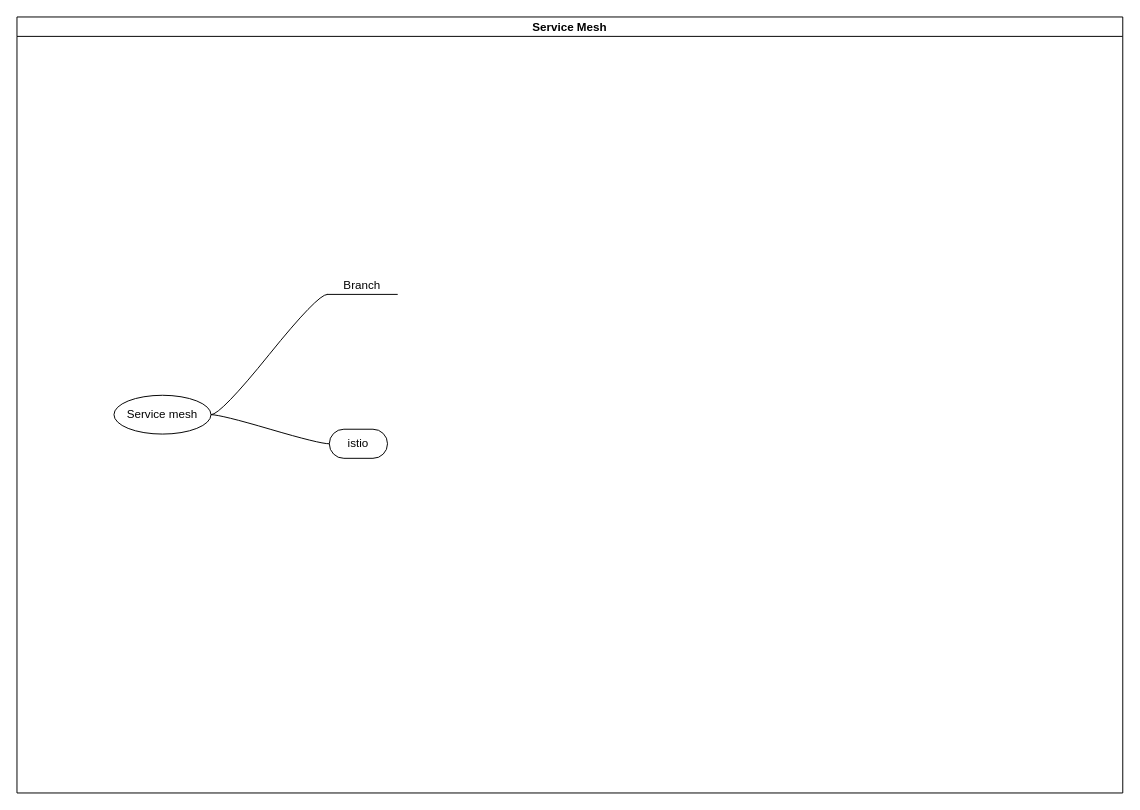
This is page "Service mesh" (4 of 4) of be-framework/micro-service.drawio from NiLinli/learn-web, a draw.io file, before an edit. Source tidied: cells renumbered, new cells numbered last; positions are measured from the earlier drawing's top-left corner, leaving out a move shared by most shapes. Both pictures are drawn from the tidied source at 97%, with x=0, y=0 at pixel (16, 16).
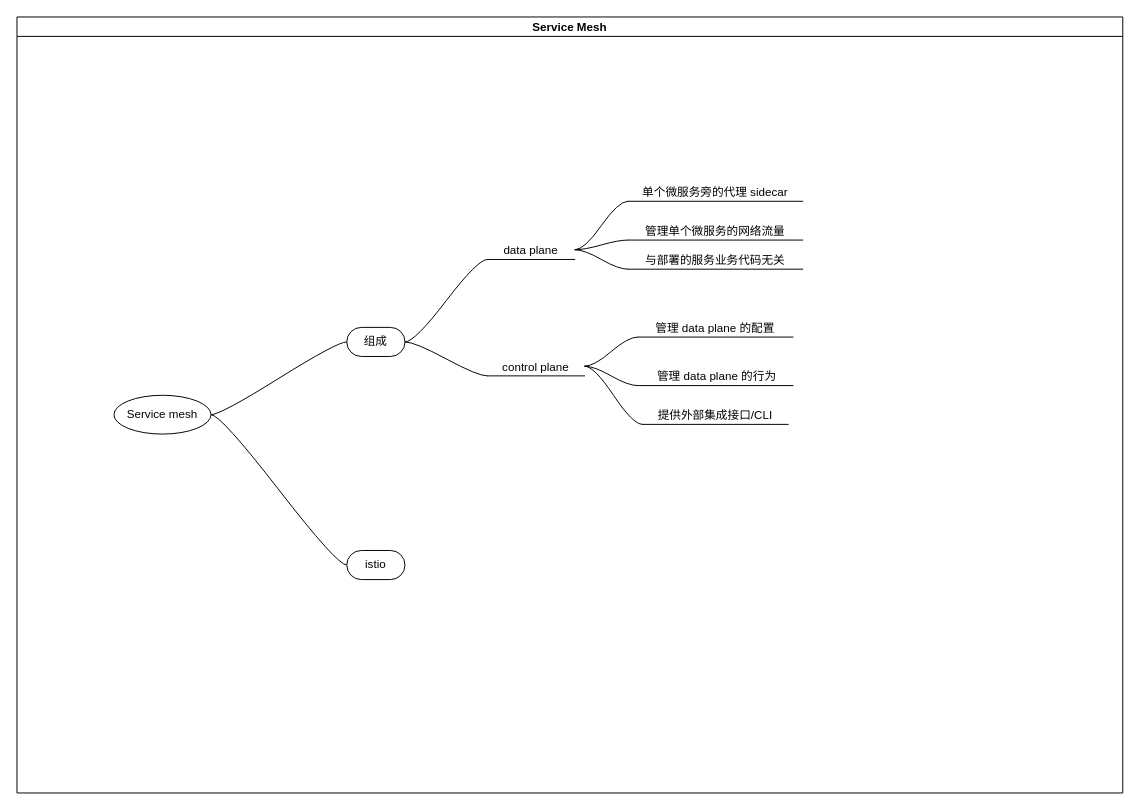
The same page after the edit.

The change refers to these unchanged cells:
```xml
<mxCell id="2" value="Service Mesh" style="swimlane;startSize=20;horizontal=1;containerType=tree;" parent="1" vertex="1">
  <mxGeometry width="1140" height="800" as="geometry" />
</mxCell>
<mxCell id="5" value="Service mesh" style="ellipse;whiteSpace=wrap;html=1;align=center;newEdgeStyle={&quot;edgeStyle&quot;:&quot;entityRelationEdgeStyle&quot;,&quot;startArrow&quot;:&quot;none&quot;,&quot;endArrow&quot;:&quot;none&quot;,&quot;segment&quot;:10,&quot;curved&quot;:1};" parent="2" vertex="1">
  <mxGeometry x="100" y="390" width="100" height="40" as="geometry" />
</mxCell>
```

The edit, as a diff of the source:
```diff
@@
-    <mxCell id="4" style="edgeStyle=entityRelationEdgeStyle;startArrow=none;endArrow=none;segment=10;curved=1;rounded=0;" parent="2" edge="1" source="5" target="7">
-      <mxGeometry relative="1" as="geometry" />
-    </mxCell>
@@
     <mxCell id="6" value="istio" style="whiteSpace=wrap;html=1;rounded=1;arcSize=50;align=center;verticalAlign=middle;strokeWidth=1;spacing=4;newEdgeStyle={&quot;edgeStyle&quot;:&quot;entityRelationEdgeStyle&quot;,&quot;startArrow&quot;:&quot;none&quot;,&quot;endArrow&quot;:&quot;none&quot;,&quot;segment&quot;:10,&quot;curved&quot;:1};" parent="2" vertex="1">
-      <mxGeometry x="322" y="425" width="60" height="30" as="geometry" />
+      <mxGeometry x="340" y="550" width="60" height="30" as="geometry" />
     </mxCell>
-    <mxCell id="7" value="Branch" style="whiteSpace=wrap;html=1;shape=partialRectangle;top=0;left=0;bottom=1;right=0;points=[[0,1],[1,1]];fillColor=none;align=center;verticalAlign=bottom;routingCenterY=0.5;snapToPoint=1;newEdgeStyle={&quot;edgeStyle&quot;:&quot;entityRelationEdgeStyle&quot;,&quot;startArrow&quot;:&quot;none&quot;,&quot;endArrow&quot;:&quot;none&quot;,&quot;segment&quot;:10,&quot;curved&quot;:1};" parent="2" vertex="1">
-      <mxGeometry x="320" y="260" width="72" height="26" as="geometry" />
-    </mxCell>
+    <mxCell id="8" style="edgeStyle=entityRelationEdgeStyle;startArrow=none;endArrow=none;segment=10;curved=1;rounded=0;" parent="2" edge="1" source="5" target="9">
+      <mxGeometry relative="1" as="geometry" />
+    </mxCell>
+    <mxCell id="9" value="组成" style="whiteSpace=wrap;html=1;rounded=1;arcSize=50;align=center;verticalAlign=middle;strokeWidth=1;spacing=4;newEdgeStyle={&quot;edgeStyle&quot;:&quot;entityRelationEdgeStyle&quot;,&quot;startArrow&quot;:&quot;none&quot;,&quot;endArrow&quot;:&quot;none&quot;,&quot;segment&quot;:10,&quot;curved&quot;:1};" parent="2" vertex="1" collapsed="1">
+      <mxGeometry x="340" y="320" width="60" height="30" as="geometry" />
+    </mxCell>
+    <mxCell id="10" style="edgeStyle=entityRelationEdgeStyle;startArrow=none;endArrow=none;segment=10;curved=1;rounded=0;exitX=1;exitY=0.5;exitDx=0;exitDy=0;" parent="2" edge="1" source="9" target="11">
+      <mxGeometry relative="1" as="geometry" />
+    </mxCell>
+    <mxCell id="11" value="data plane" style="whiteSpace=wrap;html=1;shape=partialRectangle;top=0;left=0;bottom=1;right=0;points=[[0,1],[1,1]];fillColor=none;align=center;verticalAlign=bottom;routingCenterY=0.5;snapToPoint=1;newEdgeStyle={&quot;edgeStyle&quot;:&quot;entityRelationEdgeStyle&quot;,&quot;startArrow&quot;:&quot;none&quot;,&quot;endArrow&quot;:&quot;none&quot;,&quot;segment&quot;:10,&quot;curved&quot;:1};" parent="2" vertex="1">
+      <mxGeometry x="485" y="230" width="90" height="20" as="geometry" />
+    </mxCell>
+    <mxCell id="12" style="edgeStyle=entityRelationEdgeStyle;startArrow=none;endArrow=none;segment=10;curved=1;rounded=0;exitX=1;exitY=0.5;exitDx=0;exitDy=0;" parent="2" edge="1" source="9" target="13">
+      <mxGeometry relative="1" as="geometry" />
+    </mxCell>
+    <mxCell id="13" value="control plane" style="whiteSpace=wrap;html=1;shape=partialRectangle;top=0;left=0;bottom=1;right=0;points=[[0,1],[1,1]];fillColor=none;align=center;verticalAlign=bottom;routingCenterY=0.5;snapToPoint=1;newEdgeStyle={&quot;edgeStyle&quot;:&quot;entityRelationEdgeStyle&quot;,&quot;startArrow&quot;:&quot;none&quot;,&quot;endArrow&quot;:&quot;none&quot;,&quot;segment&quot;:10,&quot;curved&quot;:1};" parent="2" vertex="1">
+      <mxGeometry x="485" y="350" width="100" height="20" as="geometry" />
+    </mxCell>
+    <mxCell id="14" style="edgeStyle=entityRelationEdgeStyle;startArrow=none;endArrow=none;segment=10;curved=1;rounded=0;exitX=1;exitY=0.5;exitDx=0;exitDy=0;" parent="2" edge="1" source="11" target="15">
+      <mxGeometry relative="1" as="geometry" />
+    </mxCell>
+    <mxCell id="15" value="单个微服务旁的代理 sidecar" style="whiteSpace=wrap;html=1;shape=partialRectangle;top=0;left=0;bottom=1;right=0;points=[[0,1],[1,1]];fillColor=none;align=center;verticalAlign=bottom;routingCenterY=0.5;snapToPoint=1;newEdgeStyle={&quot;edgeStyle&quot;:&quot;entityRelationEdgeStyle&quot;,&quot;startArrow&quot;:&quot;none&quot;,&quot;endArrow&quot;:&quot;none&quot;,&quot;segment&quot;:10,&quot;curved&quot;:1};" parent="2" vertex="1">
+      <mxGeometry x="630" y="170" width="180" height="20" as="geometry" />
+    </mxCell>
+    <mxCell id="16" style="edgeStyle=entityRelationEdgeStyle;startArrow=none;endArrow=none;segment=10;curved=1;rounded=0;exitX=1;exitY=0.5;exitDx=0;exitDy=0;" parent="2" edge="1" source="11" target="17">
+      <mxGeometry relative="1" as="geometry" />
+    </mxCell>
+    <mxCell id="17" value="管理单个微服务的网络流量" style="whiteSpace=wrap;html=1;shape=partialRectangle;top=0;left=0;bottom=1;right=0;points=[[0,1],[1,1]];fillColor=none;align=center;verticalAlign=bottom;routingCenterY=0.5;snapToPoint=1;newEdgeStyle={&quot;edgeStyle&quot;:&quot;entityRelationEdgeStyle&quot;,&quot;startArrow&quot;:&quot;none&quot;,&quot;endArrow&quot;:&quot;none&quot;,&quot;segment&quot;:10,&quot;curved&quot;:1};" parent="2" vertex="1">
+      <mxGeometry x="630" y="210" width="180" height="20" as="geometry" />
+    </mxCell>
+    <mxCell id="18" style="edgeStyle=entityRelationEdgeStyle;startArrow=none;endArrow=none;segment=10;curved=1;rounded=0;exitX=1;exitY=0.5;exitDx=0;exitDy=0;" parent="2" edge="1" source="13" target="19">
+      <mxGeometry relative="1" as="geometry" />
+    </mxCell>
+    <mxCell id="19" value="管理 data plane 的配置" style="whiteSpace=wrap;html=1;shape=partialRectangle;top=0;left=0;bottom=1;right=0;points=[[0,1],[1,1]];fillColor=none;align=center;verticalAlign=bottom;routingCenterY=0.5;snapToPoint=1;newEdgeStyle={&quot;edgeStyle&quot;:&quot;entityRelationEdgeStyle&quot;,&quot;startArrow&quot;:&quot;none&quot;,&quot;endArrow&quot;:&quot;none&quot;,&quot;segment&quot;:10,&quot;curved&quot;:1};" parent="2" vertex="1">
+      <mxGeometry x="640" y="310" width="160" height="20" as="geometry" />
+    </mxCell>
+    <mxCell id="20" style="edgeStyle=entityRelationEdgeStyle;startArrow=none;endArrow=none;segment=10;curved=1;rounded=0;exitX=1;exitY=0.5;exitDx=0;exitDy=0;" parent="2" edge="1" source="13" target="21">
+      <mxGeometry relative="1" as="geometry" />
+    </mxCell>
+    <mxCell id="21" value="&amp;nbsp;管理 data plane 的行为" style="whiteSpace=wrap;html=1;shape=partialRectangle;top=0;left=0;bottom=1;right=0;points=[[0,1],[1,1]];fillColor=none;align=center;verticalAlign=bottom;routingCenterY=0.5;snapToPoint=1;newEdgeStyle={&quot;edgeStyle&quot;:&quot;entityRelationEdgeStyle&quot;,&quot;startArrow&quot;:&quot;none&quot;,&quot;endArrow&quot;:&quot;none&quot;,&quot;segment&quot;:10,&quot;curved&quot;:1};" parent="2" vertex="1">
+      <mxGeometry x="640" y="360" width="160" height="20" as="geometry" />
+    </mxCell>
+    <mxCell id="22" style="edgeStyle=entityRelationEdgeStyle;startArrow=none;endArrow=none;segment=10;curved=1;rounded=0;exitX=1;exitY=0.5;exitDx=0;exitDy=0;" parent="2" edge="1" source="13" target="23">
+      <mxGeometry relative="1" as="geometry" />
+    </mxCell>
+    <mxCell id="23" value="提供外部集成接口/CLI" style="whiteSpace=wrap;html=1;shape=partialRectangle;top=0;left=0;bottom=1;right=0;points=[[0,1],[1,1]];fillColor=none;align=center;verticalAlign=bottom;routingCenterY=0.5;snapToPoint=1;newEdgeStyle={&quot;edgeStyle&quot;:&quot;entityRelationEdgeStyle&quot;,&quot;startArrow&quot;:&quot;none&quot;,&quot;endArrow&quot;:&quot;none&quot;,&quot;segment&quot;:10,&quot;curved&quot;:1};" parent="2" vertex="1">
+      <mxGeometry x="645" y="400" width="150" height="20" as="geometry" />
+    </mxCell>
+    <mxCell id="24" style="edgeStyle=entityRelationEdgeStyle;startArrow=none;endArrow=none;segment=10;curved=1;rounded=0;exitX=1;exitY=0.5;exitDx=0;exitDy=0;" parent="2" edge="1" source="11" target="25">
+      <mxGeometry relative="1" as="geometry" />
+    </mxCell>
+    <mxCell id="25" value="与部署的服务业务代码无关" style="whiteSpace=wrap;html=1;shape=partialRectangle;top=0;left=0;bottom=1;right=0;points=[[0,1],[1,1]];fillColor=none;align=center;verticalAlign=bottom;routingCenterY=0.5;snapToPoint=1;newEdgeStyle={&quot;edgeStyle&quot;:&quot;entityRelationEdgeStyle&quot;,&quot;startArrow&quot;:&quot;none&quot;,&quot;endArrow&quot;:&quot;none&quot;,&quot;segment&quot;:10,&quot;curved&quot;:1};" parent="2" vertex="1">
+      <mxGeometry x="630" y="240" width="180" height="20" as="geometry" />
+    </mxCell>
```
